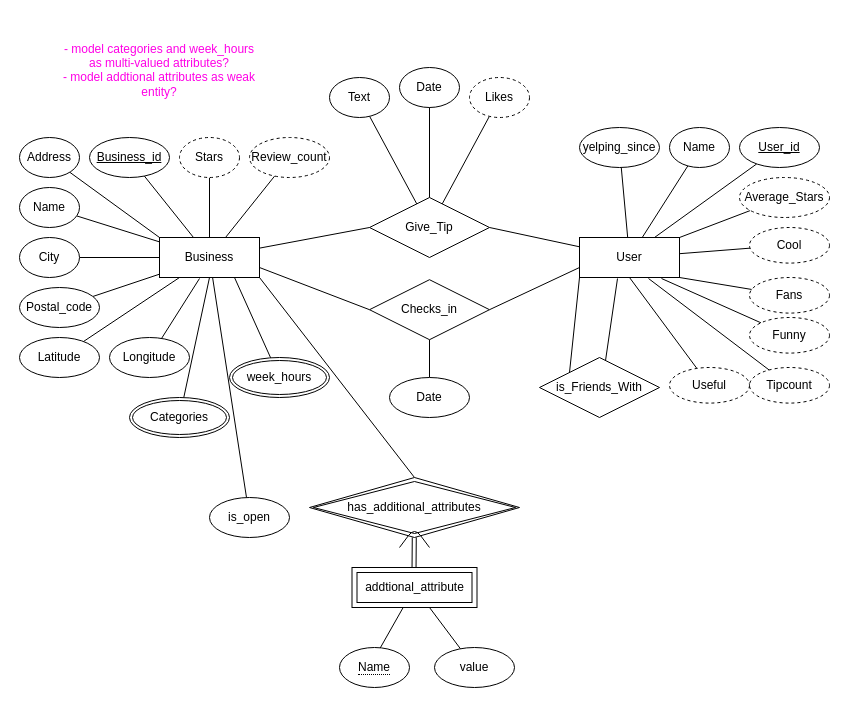
This is project1_milestone.drawio from joepatten/CPTS_451_Project_Milestone1, a draw.io file, before an edit. Source tidied: cells renumbered, new cells numbered last; positions are measured from the earlier drawing's top-left corner, leaving out a move shared by most shapes. Both pictures are drawn from the tidied source at 100%, with x=0, y=0 at pixel (19, 17).
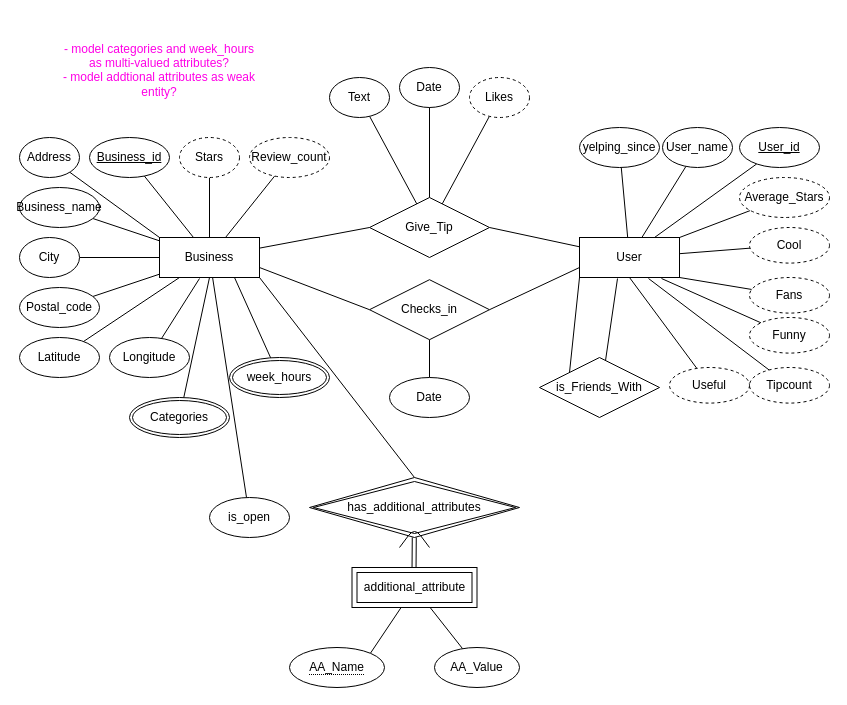
The same diagram, later.

What changed in the source:
```diff
@@
-    <mxCell id="5" value="Name" style="ellipse;whiteSpace=wrap;html=1;align=center;" parent="1" vertex="1">
-      <mxGeometry y="170" width="60" height="40" as="geometry" />
+    <mxCell id="5" value="Business_name" style="ellipse;whiteSpace=wrap;html=1;align=center;" parent="1" vertex="1">
+      <mxGeometry y="170" width="80" height="40" as="geometry" />
     </mxCell>
@@
-    <mxCell id="31" value="Name" style="ellipse;whiteSpace=wrap;html=1;align=center;" parent="1" vertex="1">
-      <mxGeometry x="650" y="110" width="60" height="40" as="geometry" />
+    <mxCell id="31" value="User_name" style="ellipse;whiteSpace=wrap;html=1;align=center;" parent="1" vertex="1">
+      <mxGeometry x="643" y="110" width="70" height="40" as="geometry" />
     </mxCell>
@@
-    <mxCell id="67" value="addtional_attribute" style="shape=ext;margin=3;double=1;whiteSpace=wrap;html=1;align=center;" parent="1" vertex="1">
+    <mxCell id="67" value="additional_attribute" style="shape=ext;margin=3;double=1;whiteSpace=wrap;html=1;align=center;" parent="1" vertex="1">
       <mxGeometry x="332.5" y="550" width="125" height="40" as="geometry" />
     </mxCell>
-    <mxCell id="68" style="edgeStyle=none;rounded=0;jettySize=auto;html=1;endArrow=none;endFill=0;" parent="1" edge="1" target="67">
-      <mxGeometry relative="1" as="geometry">
-        <mxPoint x="360.6" y="630.7" as="sourcePoint" />
-      </mxGeometry>
+    <mxCell id="68" style="edgeStyle=none;rounded=0;jettySize=auto;html=1;endArrow=none;endFill=0;exitX=1;exitY=0;exitDx=0;exitDy=0;" parent="1" edge="1" source="72" target="67">
+      <mxGeometry relative="1" as="geometry" />
     </mxCell>
@@
-    <mxCell id="71" value="value" style="ellipse;whiteSpace=wrap;html=1;align=center;" parent="1" vertex="1">
-      <mxGeometry x="415" y="630" width="80" height="40" as="geometry" />
+    <mxCell id="71" value="AA_Value" style="ellipse;whiteSpace=wrap;html=1;align=center;" parent="1" vertex="1">
+      <mxGeometry x="415" y="630" width="85" height="40" as="geometry" />
     </mxCell>
-    <mxCell id="72" value="&lt;span style=&quot;border-bottom: 1px dotted&quot;&gt;Name&lt;/span&gt;" style="ellipse;whiteSpace=wrap;html=1;align=center;" parent="1" vertex="1">
-      <mxGeometry x="320" y="630" width="70" height="40" as="geometry" />
+    <mxCell id="72" value="&lt;span style=&quot;border-bottom: 1px dotted&quot;&gt;AA_Name&lt;/span&gt;" style="ellipse;whiteSpace=wrap;html=1;align=center;" parent="1" vertex="1">
+      <mxGeometry x="270" y="630" width="95" height="40" as="geometry" />
     </mxCell>
```
